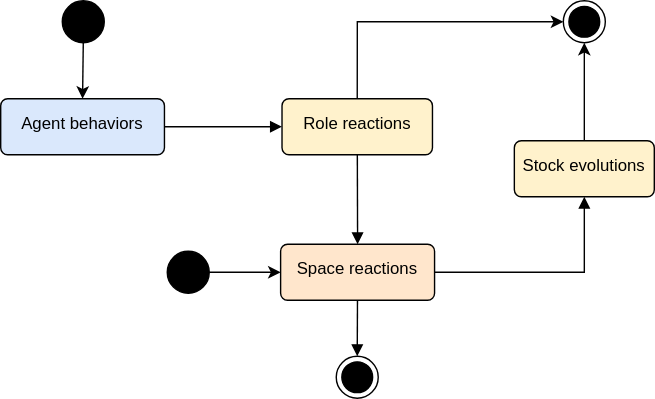
This is docs/diagrams/masq_event_processing.drawio.svg from MalcomChumchouaPenda/MC-AB-SFC2, a draw.io export, as it was before one commit. Source tidied: cells renumbered, new cells last; positions are measured from the earlier drawing's top-left corner, leaving out a move shared by most shapes.
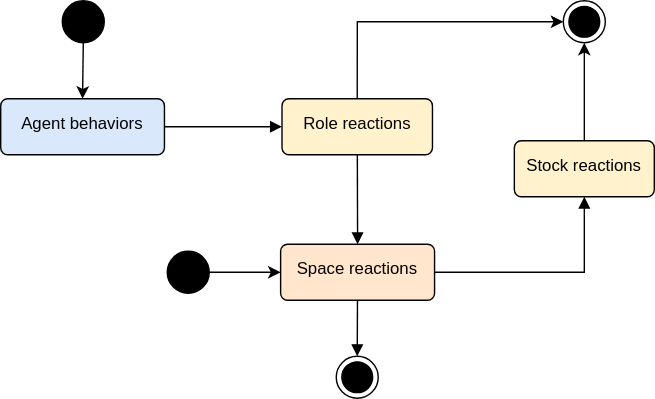
The same file after the commit.

Change to the diagram source:
```diff
@@ -47,7 +47,7 @@
     <mxCell id="16" style="edgeStyle=none;html=1;entryX=0.5;entryY=1;entryDx=0;entryDy=0;" parent="1" edge="1" source="17" target="6">
       <mxGeometry relative="1" as="geometry" />
     </mxCell>
-    <mxCell id="17" value="Stock evolutions" style="html=1;align=center;verticalAlign=top;rounded=1;absoluteArcSize=1;arcSize=10;dashed=0;whiteSpace=wrap;spacingTop=4;fillColor=#fff2cc;strokeColor=#000000;" parent="1" vertex="1">
+    <mxCell id="17" value="Stock reactions" style="html=1;align=center;verticalAlign=top;rounded=1;absoluteArcSize=1;arcSize=10;dashed=0;whiteSpace=wrap;spacingTop=4;fillColor=#fff2cc;strokeColor=#000000;" parent="1" vertex="1">
       <mxGeometry x="367" y="100" width="100" height="40" as="geometry" />
     </mxCell>
   </root>
```
